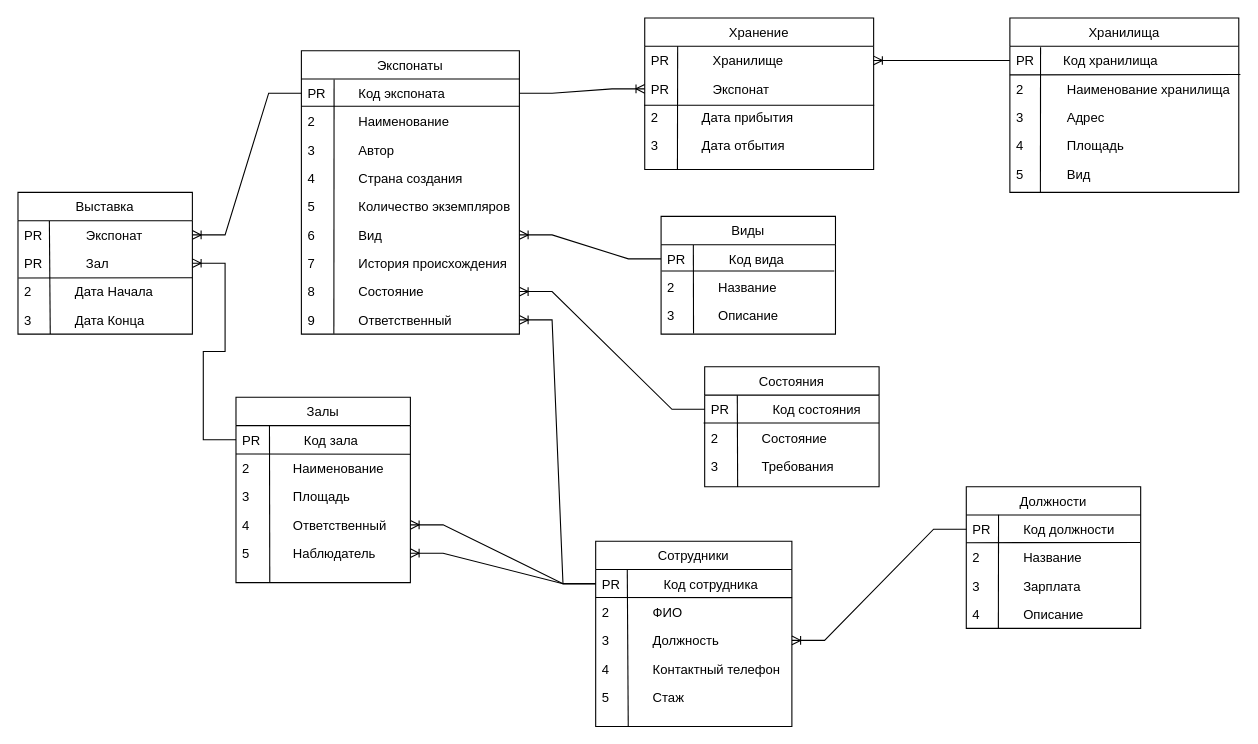
Before: Диаграмма без названия.drawio in ghgghgghgghgghg/tetris, a draw.io diagram. Source tidied: cells renumbered, new cells numbered last; positions are measured from the earlier drawing's top-left corner, leaving out a move shared by most shapes. Both pictures are drawn from the tidied source at 109%, with x=0, y=0 at pixel (17, 17).
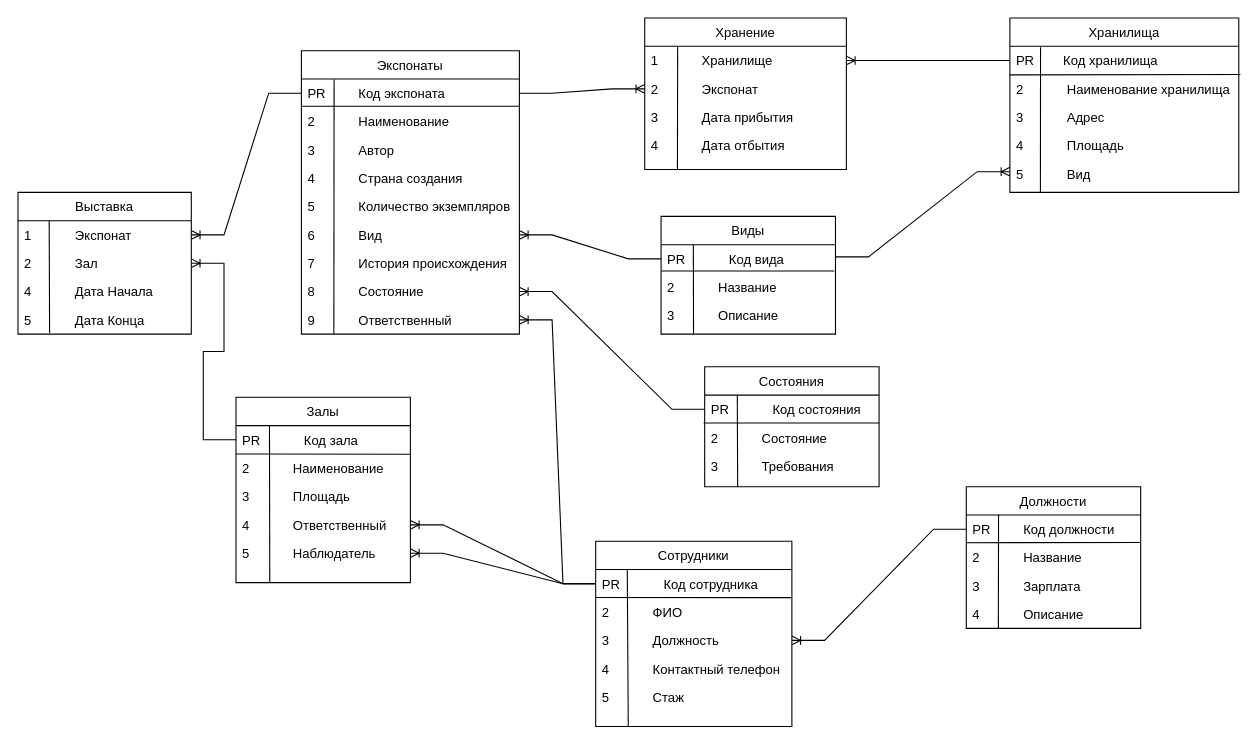
After the change.

The change refers to these unchanged cells:
```xml
<mxCell id="3" value="PR            Код вида" style="text;align=left;verticalAlign=top;spacingLeft=4;spacingRight=4;overflow=hidden;points=[[0,0.5],[1,0.5]];portConstraint=eastwest;" parent="2" vertex="1">
  <mxGeometry y="26" width="160" height="26" as="geometry" />
</mxCell>
<mxCell id="48" value="5            Вид" style="text;align=left;verticalAlign=top;spacingLeft=4;spacingRight=4;overflow=hidden;points=[[0,0.5],[1,0.5]];portConstraint=eastwest;rounded=0;shadow=0;html=0;" parent="42" vertex="1">
  <mxGeometry y="130" width="210" height="26" as="geometry" />
</mxCell>
```

What changed in the source:
```diff
@@
     <mxCell id="20" value="Выставка" style="swimlane;fontStyle=0;align=center;verticalAlign=top;horizontal=1;startSize=26;rounded=0;shadow=0;strokeWidth=1;" parent="1" vertex="1">
-      <mxGeometry y="160" width="160" height="130" as="geometry" />
+      <mxGeometry y="160" width="159" height="130" as="geometry" />
     </mxCell>
-    <mxCell id="21" value="PR            Экспонат" style="text;align=left;verticalAlign=top;spacingLeft=4;spacingRight=4;overflow=hidden;points=[[0,0.5],[1,0.5]];portConstraint=eastwest;" parent="20" vertex="1">
-      <mxGeometry y="26" width="160" height="26" as="geometry" />
+    <mxCell id="21" value="1            Экспонат" style="text;align=left;verticalAlign=top;spacingLeft=4;spacingRight=4;overflow=hidden;points=[[0,0.5],[1,0.5]];portConstraint=eastwest;" parent="20" vertex="1">
+      <mxGeometry y="26" width="159" height="26" as="geometry" />
     </mxCell>
-    <mxCell id="22" value="PR            Зал" style="text;align=left;verticalAlign=top;spacingLeft=4;spacingRight=4;overflow=hidden;points=[[0,0.5],[1,0.5]];portConstraint=eastwest;" parent="20" vertex="1">
-      <mxGeometry y="52" width="160" height="26" as="geometry" />
+    <mxCell id="22" value="2            Зал" style="text;align=left;verticalAlign=top;spacingLeft=4;spacingRight=4;overflow=hidden;points=[[0,0.5],[1,0.5]];portConstraint=eastwest;" parent="20" vertex="1">
+      <mxGeometry y="52" width="159" height="26" as="geometry" />
     </mxCell>
-    <mxCell id="23" style="endArrow=none;html=1;rounded=0;entryX=0.999;entryY=0.014;entryDx=0;entryDy=0;entryPerimeter=0;exitX=0.002;exitY=1.021;exitDx=0;exitDy=0;exitPerimeter=0;" parent="20" edge="1" source="22" target="25">
-      <mxGeometry relative="1" as="geometry">
-        <Array as="points">
-          <mxPoint y="78" />
-        </Array>
-      </mxGeometry>
-    </mxCell>
-    <mxCell id="24" style="endArrow=none;html=1;rounded=0;entryX=0.18;entryY=0.006;entryDx=0;entryDy=0;entryPerimeter=0;exitX=0.185;exitY=1.001;exitDx=0;exitDy=0;exitPerimeter=0;" parent="20" edge="1" source="26" target="21">
-      <mxGeometry relative="1" as="geometry" />
+    <mxCell id="24" style="endArrow=none;html=1;rounded=0;entryX=0.18;entryY=0.006;entryDx=0;entryDy=0;entryPerimeter=0;" parent="20" edge="1" target="21">
+      <mxGeometry relative="1" as="geometry">
+        <mxPoint x="29" y="129" as="sourcePoint" />
+      </mxGeometry>
     </mxCell>
-    <mxCell id="25" value="2            Дата Начала" style="text;align=left;verticalAlign=top;spacingLeft=4;spacingRight=4;overflow=hidden;points=[[0,0.5],[1,0.5]];portConstraint=eastwest;" parent="20" vertex="1">
-      <mxGeometry y="78" width="160" height="26" as="geometry" />
-    </mxCell>
-    <mxCell id="26" value="3            Дата Конца" style="text;align=left;verticalAlign=top;spacingLeft=4;spacingRight=4;overflow=hidden;points=[[0,0.5],[1,0.5]];portConstraint=eastwest;" parent="20" vertex="1">
-      <mxGeometry y="104" width="160" height="26" as="geometry" />
-    </mxCell>
+    <mxCell id="81" value="4            Дата Начала" style="text;align=left;verticalAlign=top;spacingLeft=4;spacingRight=4;overflow=hidden;" parent="20" vertex="1">
+      <mxGeometry y="78" width="159" height="26" as="geometry" />
+    </mxCell>
+    <mxCell id="82" value="5            Дата Конца" style="text;align=left;verticalAlign=top;spacingLeft=4;spacingRight=4;overflow=hidden;" parent="20" vertex="1">
+      <mxGeometry y="104" width="159" height="26" as="geometry" />
+    </mxCell>
     <mxCell id="27" value="Хранение" style="swimlane;fontStyle=0;align=center;verticalAlign=top;horizontal=1;startSize=26;rounded=0;shadow=0;strokeWidth=1;" parent="1" vertex="1">
-      <mxGeometry x="575" width="210" height="139" as="geometry" />
+      <mxGeometry x="575" width="185" height="139" as="geometry" />
     </mxCell>
@@
-    <mxCell id="29" value="PR            Хранилище" style="text;align=left;verticalAlign=top;spacingLeft=4;spacingRight=4;overflow=hidden;points=[[0,0.5],[1,0.5]];portConstraint=eastwest;" parent="27" vertex="1">
-      <mxGeometry y="26" width="210" height="26" as="geometry" />
+    <mxCell id="29" value="1            Хранилище" style="text;align=left;verticalAlign=top;spacingLeft=4;spacingRight=4;overflow=hidden;points=[[0,0.5],[1,0.5]];portConstraint=eastwest;" parent="27" vertex="1">
+      <mxGeometry y="26" width="185" height="26" as="geometry" />
     </mxCell>
-    <mxCell id="30" value="PR            Экспонат" style="text;align=left;verticalAlign=top;spacingLeft=4;spacingRight=4;overflow=hidden;points=[[0,0.5],[1,0.5]];portConstraint=eastwest;rounded=0;shadow=0;html=0;" parent="27" vertex="1">
-      <mxGeometry y="52" width="210" height="26" as="geometry" />
+    <mxCell id="30" value="2            Экспонат" style="text;align=left;verticalAlign=top;spacingLeft=4;spacingRight=4;overflow=hidden;points=[[0,0.5],[1,0.5]];portConstraint=eastwest;rounded=0;shadow=0;html=0;" parent="27" vertex="1">
+      <mxGeometry y="52" width="185" height="26" as="geometry" />
     </mxCell>
-    <mxCell id="31" style="endArrow=none;html=1;rounded=0;entryX=1.007;entryY=0.994;entryDx=0;entryDy=0;entryPerimeter=0;exitX=0;exitY=0.009;exitDx=0;exitDy=0;exitPerimeter=0;" parent="27" edge="1">
-      <mxGeometry relative="1" as="geometry">
-        <mxPoint x="-0.5" y="80" as="sourcePoint" />
-        <mxPoint x="210.5" y="80" as="targetPoint" />
-        <Array as="points">
-          <mxPoint x="-0.5" y="80" />
-        </Array>
-      </mxGeometry>
-    </mxCell>
-    <mxCell id="32" value="2            Дата прибытия" style="text;align=left;verticalAlign=top;spacingLeft=4;spacingRight=4;overflow=hidden;rounded=0;shadow=0;html=0;" parent="27" vertex="1">
-      <mxGeometry y="78" width="210" height="26" as="geometry" />
+    <mxCell id="32" value="3            Дата прибытия" style="text;align=left;verticalAlign=top;spacingLeft=4;spacingRight=4;overflow=hidden;rounded=0;shadow=0;html=0;" parent="27" vertex="1">
+      <mxGeometry y="78" width="185" height="26" as="geometry" />
     </mxCell>
-    <mxCell id="33" value="3            Дата отбытия" style="text;align=left;verticalAlign=top;spacingLeft=4;spacingRight=4;overflow=hidden;rounded=0;shadow=0;html=0;" parent="27" vertex="1">
-      <mxGeometry y="104" width="210" height="26" as="geometry" />
+    <mxCell id="33" value="4            Дата отбытия" style="text;align=left;verticalAlign=top;spacingLeft=4;spacingRight=4;overflow=hidden;rounded=0;shadow=0;html=0;" parent="27" vertex="1">
+      <mxGeometry y="104" width="185" height="26" as="geometry" />
     </mxCell>
@@
+    <mxCell id="83" style="edgeStyle=entityRelationEdgeStyle;fontSize=12;html=1;endArrow=ERoneToMany;rounded=0;entryX=0;entryY=0.423;entryDx=0;entryDy=0;exitX=1.002;exitY=0.428;exitDx=0;exitDy=0;exitPerimeter=0;entryPerimeter=0;" parent="1" edge="1" source="3" target="48">
+      <mxGeometry relative="1" as="geometry">
+        <Array as="points">
+          <mxPoint x="897" y="625" />
+          <mxPoint x="927" y="659" />
+        </Array>
+      </mxGeometry>
+    </mxCell>
```
